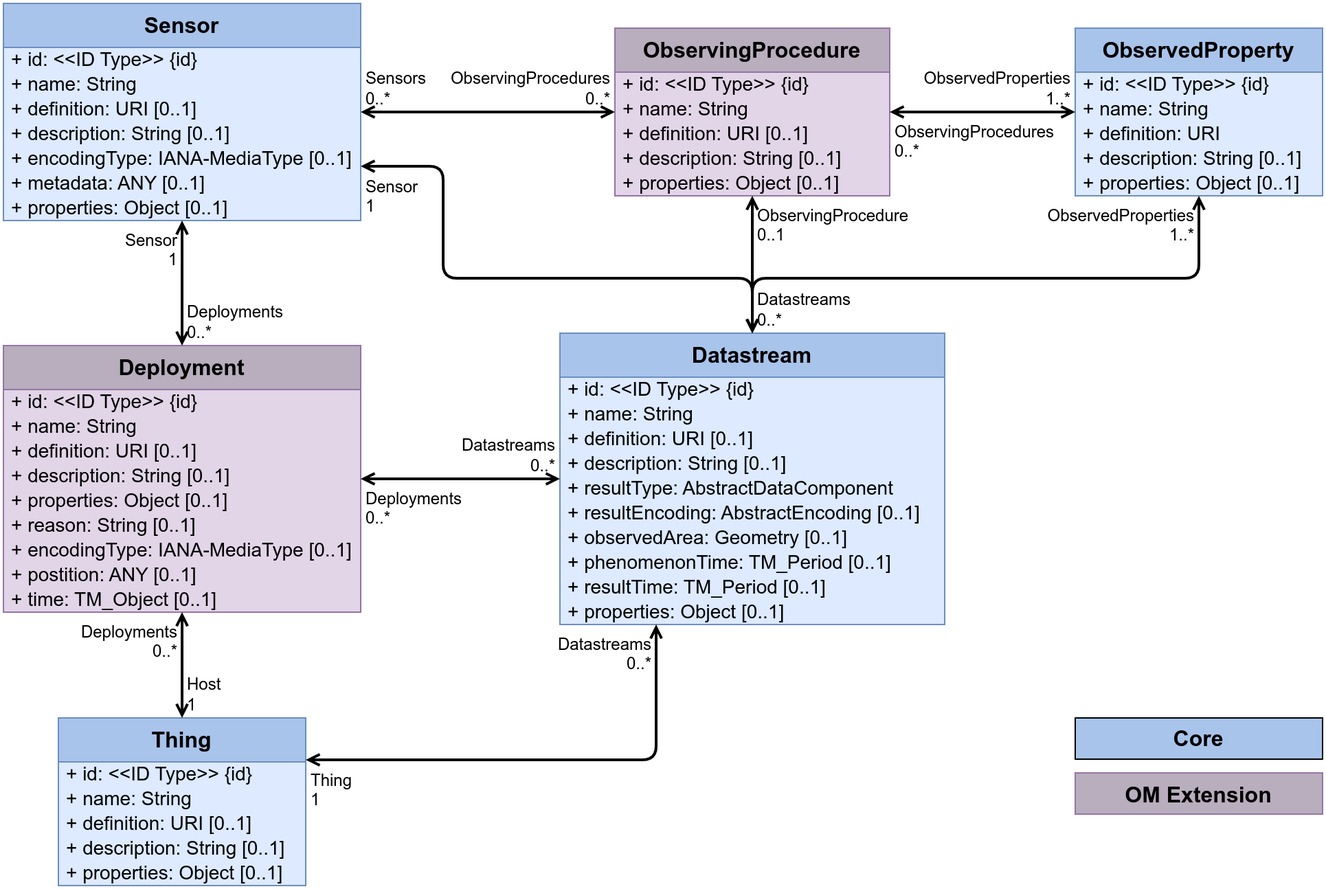
Above: figures/Datamodel-SensorThingsApi-V2-OM.drawio.png in opengeospatial/sensorthings (draw.io), before the change. Source tidied: cells renumbered, new cells last; positions are measured from the earlier drawing's top-left corner, leaving out a move shared by most shapes.
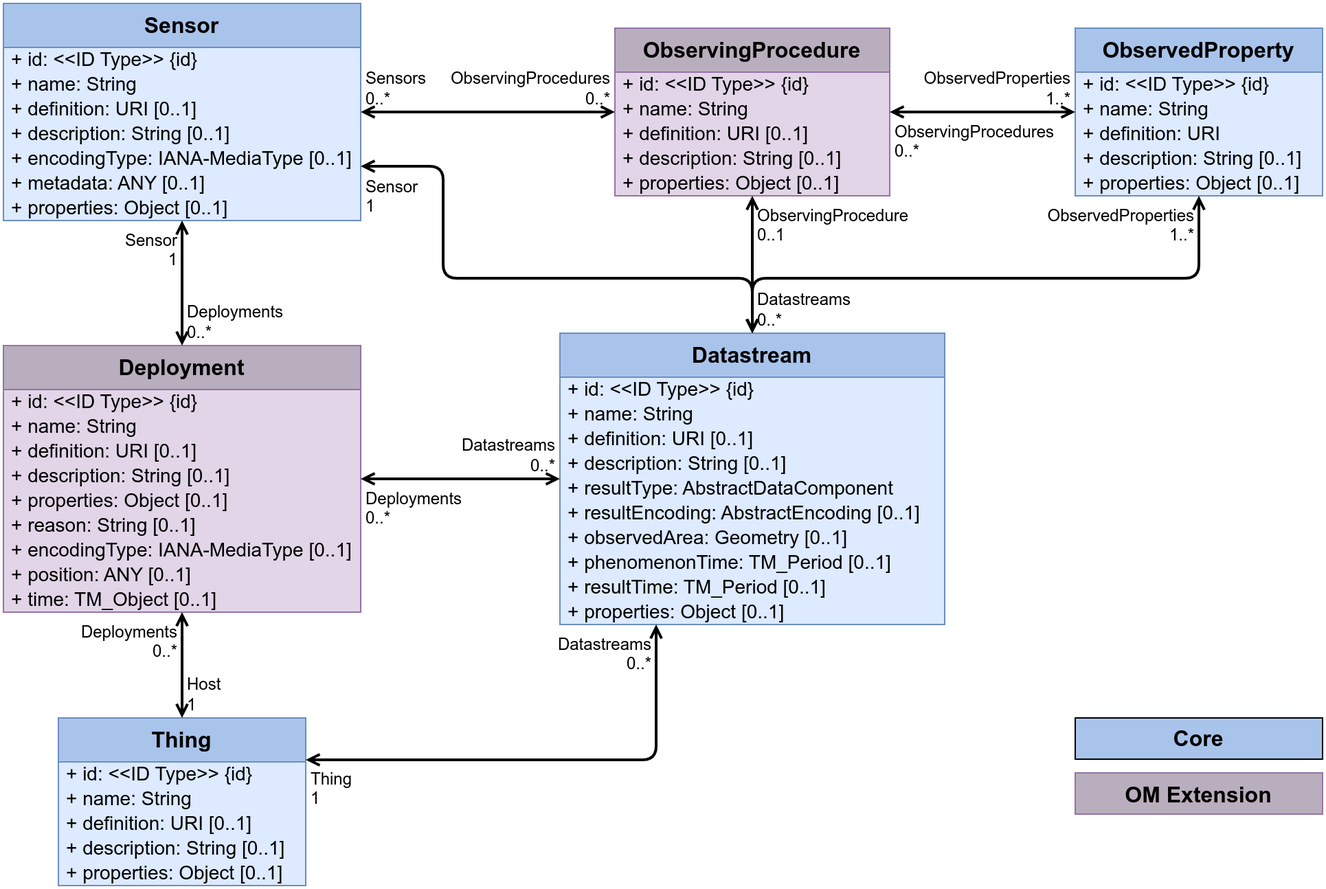
Later version of the same file.

Commit message:
Fixed typo and wonky arrow

What changed in the source:
```diff
@@ -59,7 +59,7 @@
     <mxCell id="20" value="+&amp;nbsp;encodingType:&amp;nbsp;IANA-MediaType&lt;span style=&quot;background-color: initial;&quot;&gt;&amp;nbsp;[0..1]&lt;/span&gt;" style="text;strokeColor=none;fillColor=none;align=left;verticalAlign=middle;spacingLeft=4;spacingRight=4;overflow=visible;html=1;fontSize=14;" parent="13" vertex="1">
       <mxGeometry y="140" width="260" height="18" as="geometry" />
     </mxCell>
-    <mxCell id="21" value="+&amp;nbsp;postition: ANY&amp;nbsp;[0..1]" style="text;strokeColor=none;fillColor=none;align=left;verticalAlign=middle;spacingLeft=4;spacingRight=4;overflow=visible;html=1;fontSize=14;" parent="13" vertex="1">
+    <mxCell id="21" value="+&amp;nbsp;position: ANY&amp;nbsp;[0..1]" style="text;strokeColor=none;fillColor=none;align=left;verticalAlign=middle;spacingLeft=4;spacingRight=4;overflow=visible;html=1;fontSize=14;" parent="13" vertex="1">
       <mxGeometry y="158" width="260" height="18" as="geometry" />
     </mxCell>
     <mxCell id="22" value="+&amp;nbsp;time: TM_Object&amp;nbsp;[0..1]" style="text;strokeColor=none;fillColor=none;align=left;verticalAlign=middle;spacingLeft=4;spacingRight=4;overflow=visible;html=1;fontSize=14;" parent="13" vertex="1">
```
